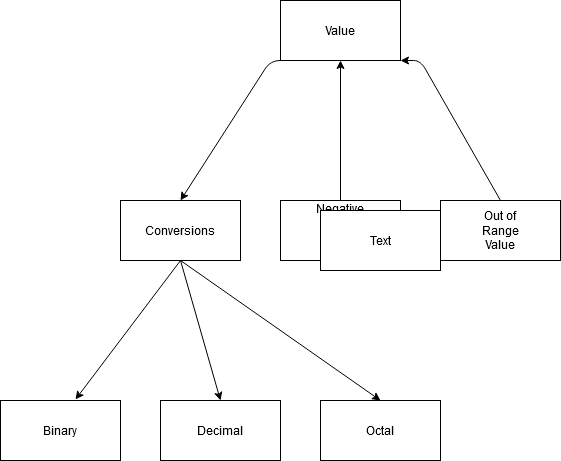
99003754/Calculator_N4 keeps this draw.io diagram as 2_Architecture/LowLevel_BinaryConversions/Object_Binary_Lowlevel.png. Above is the earlier version. Source tidied: cells renumbered, new cells last; positions are measured from the earlier drawing's top-left corner, leaving out a move shared by most shapes.
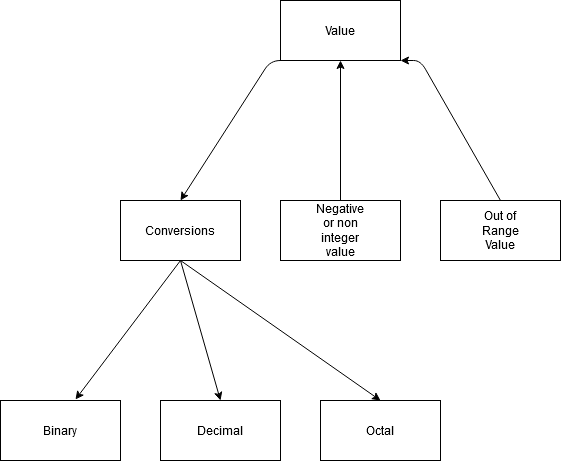
Later version of the same file.

What changed in the source:
```diff
@@ -45,12 +45,6 @@
     <mxCell id="12" style="rounded=0;whiteSpace=wrap;html=1;" parent="1" vertex="1">
       <mxGeometry y="400" width="120" height="60" as="geometry" />
     </mxCell>
-    <mxCell id="13" style="rounded=0;whiteSpace=wrap;html=1;" parent="1" vertex="1">
-      <mxGeometry x="320" y="210" width="120" height="60" as="geometry" />
-    </mxCell>
-    <mxCell id="14" style="rounded=0;whiteSpace=wrap;html=1;" parent="1" vertex="1">
-      <mxGeometry x="320" y="210" width="120" height="60" as="geometry" />
-    </mxCell>
     <mxCell id="15" style="rounded=0;whiteSpace=wrap;html=1;" parent="1" vertex="1">
       <mxGeometry x="160" y="400" width="120" height="60" as="geometry" />
     </mxCell>
@@ -60,9 +54,6 @@
     <mxCell id="17" style="rounded=0;whiteSpace=wrap;html=1;" parent="1" vertex="1">
       <mxGeometry x="320" y="400" width="120" height="60" as="geometry" />
     </mxCell>
-    <mxCell id="18" value="Text" style="text;html=1;strokeColor=none;fillColor=none;align=center;verticalAlign=middle;whiteSpace=wrap;rounded=0;" parent="1" vertex="1">
-      <mxGeometry x="360" y="230" width="40" height="20" as="geometry" />
-    </mxCell>
     <mxCell id="19" value="Binary" style="text;html=1;strokeColor=none;fillColor=none;align=center;verticalAlign=middle;whiteSpace=wrap;rounded=0;" parent="1" vertex="1">
       <mxGeometry x="40" y="420" width="40" height="20" as="geometry" />
     </mxCell>
```
